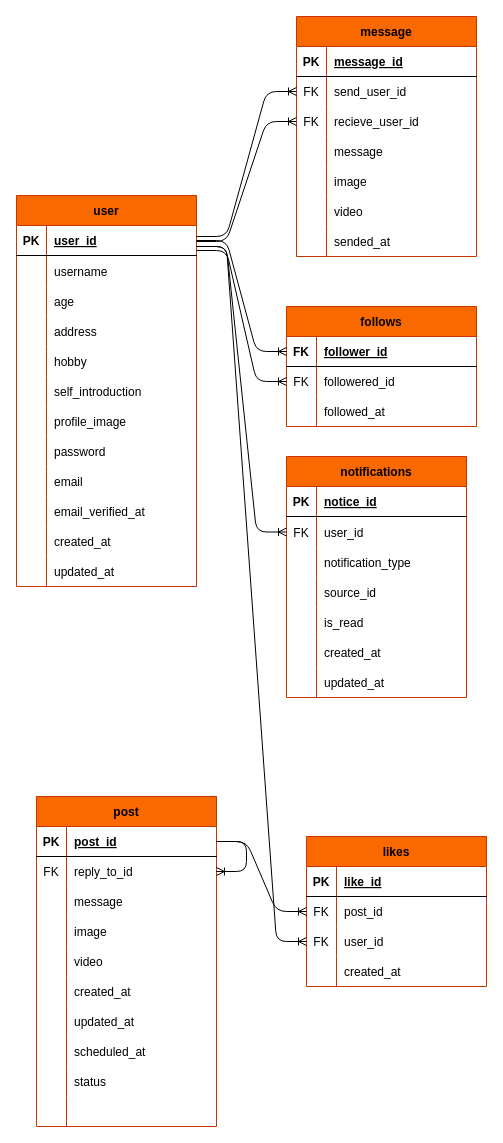
Above: ER.dio in kenya6111/Email-Verifivcation-System (draw.io), before the change. Source tidied: cells renumbered, new cells numbered last; positions are measured from the earlier drawing's top-left corner, leaving out a move shared by most shapes. Both pictures are drawn from the tidied source at 100%, with x=0, y=0 at pixel (16, 16).
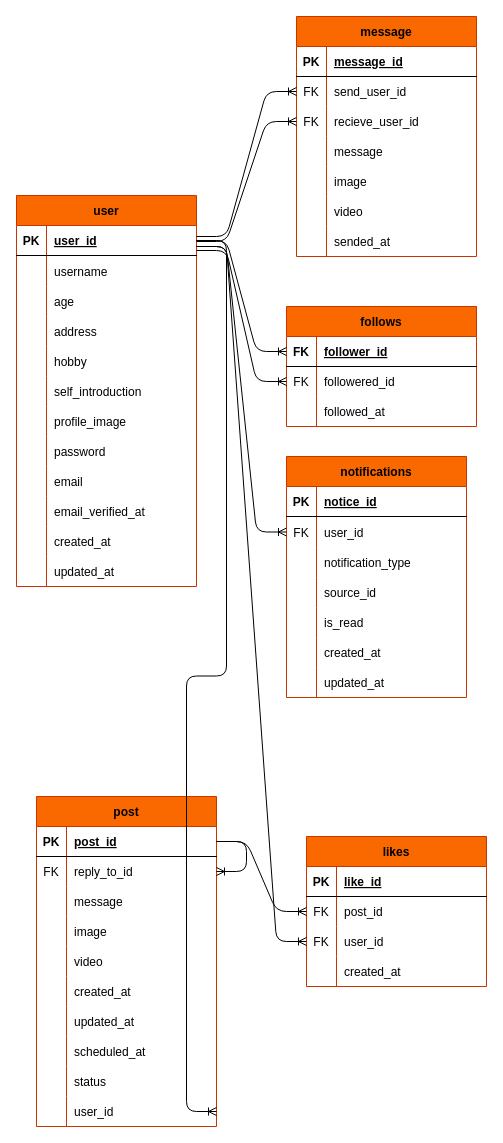
The same page after the edit.

The change refers to these unchanged cells:
```xml
<mxCell id="3" style="shape=tableRow;horizontal=0;startSize=0;swimlaneHead=0;swimlaneBody=0;fillColor=none;points=[[0,0.5],[1,0.5]];portConstraint=eastwest;top=0;left=0;right=0;bottom=1;" parent="2" vertex="1">
  <mxGeometry y="30" width="180" height="30" as="geometry" />
</mxCell>
<mxCell id="92" style="shape=tableRow;horizontal=0;startSize=0;swimlaneHead=0;swimlaneBody=0;fillColor=none;points=[[0,0.5],[1,0.5]];portConstraint=eastwest;top=0;left=0;right=0;bottom=0;" parent="64" vertex="1">
  <mxGeometry y="300" width="180" height="30" as="geometry" />
</mxCell>
```

What changed in the source:
```diff
@@
-    <mxCell id="94" style="shape=partialRectangle;fillColor=none;top=0;left=0;bottom=0;right=0;align=left;spacingLeft=6;overflow=hidden;" parent="92" vertex="1">
+    <mxCell id="94" value="user_id" style="shape=partialRectangle;fillColor=none;top=0;left=0;bottom=0;right=0;align=left;spacingLeft=6;overflow=hidden;" parent="92" vertex="1">
       <mxGeometry x="30" width="150" height="30" as="geometry" />
     </mxCell>
@@
+    <mxCell id="145" style="edgeStyle=entityRelationEdgeStyle;fontSize=12;html=1;endArrow=ERoneToMany;exitX=1;exitY=0.5;exitDx=0;exitDy=0;entryX=1;entryY=0.5;entryDx=0;entryDy=0;" parent="1" edge="1" source="3" target="92">
+      <mxGeometry relative="1" as="geometry" />
+    </mxCell>
```
